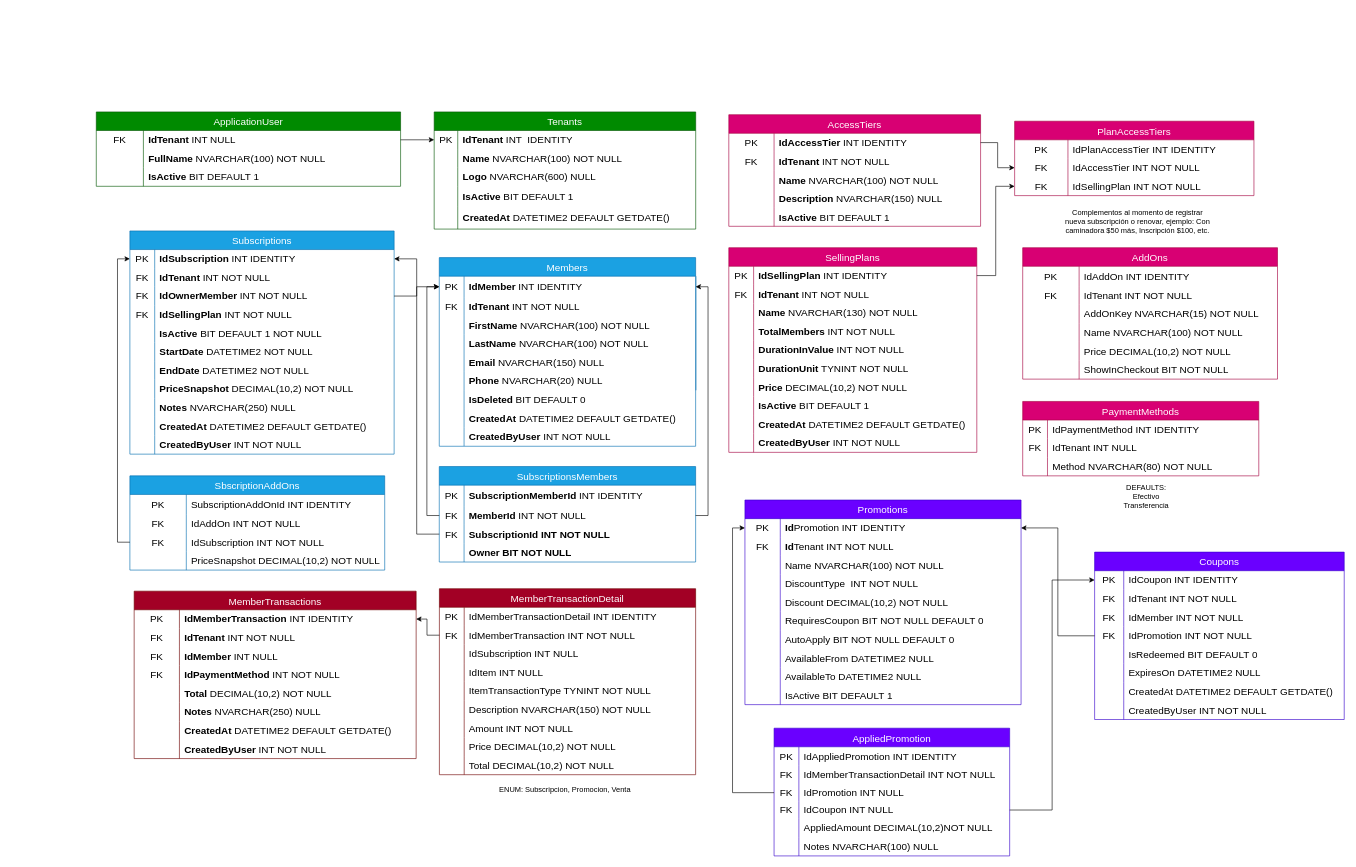
This is docs/AcxessDataBaseDiagram.drawio from Maumedev/Acxess, a draw.io file, before an edit. Source tidied: cells renumbered, new cells numbered last; positions are measured from the earlier drawing's top-left corner, leaving out a move shared by most shapes. Both pictures are drawn from the tidied source at 62%, with x=0, y=0 at pixel (96, 112).
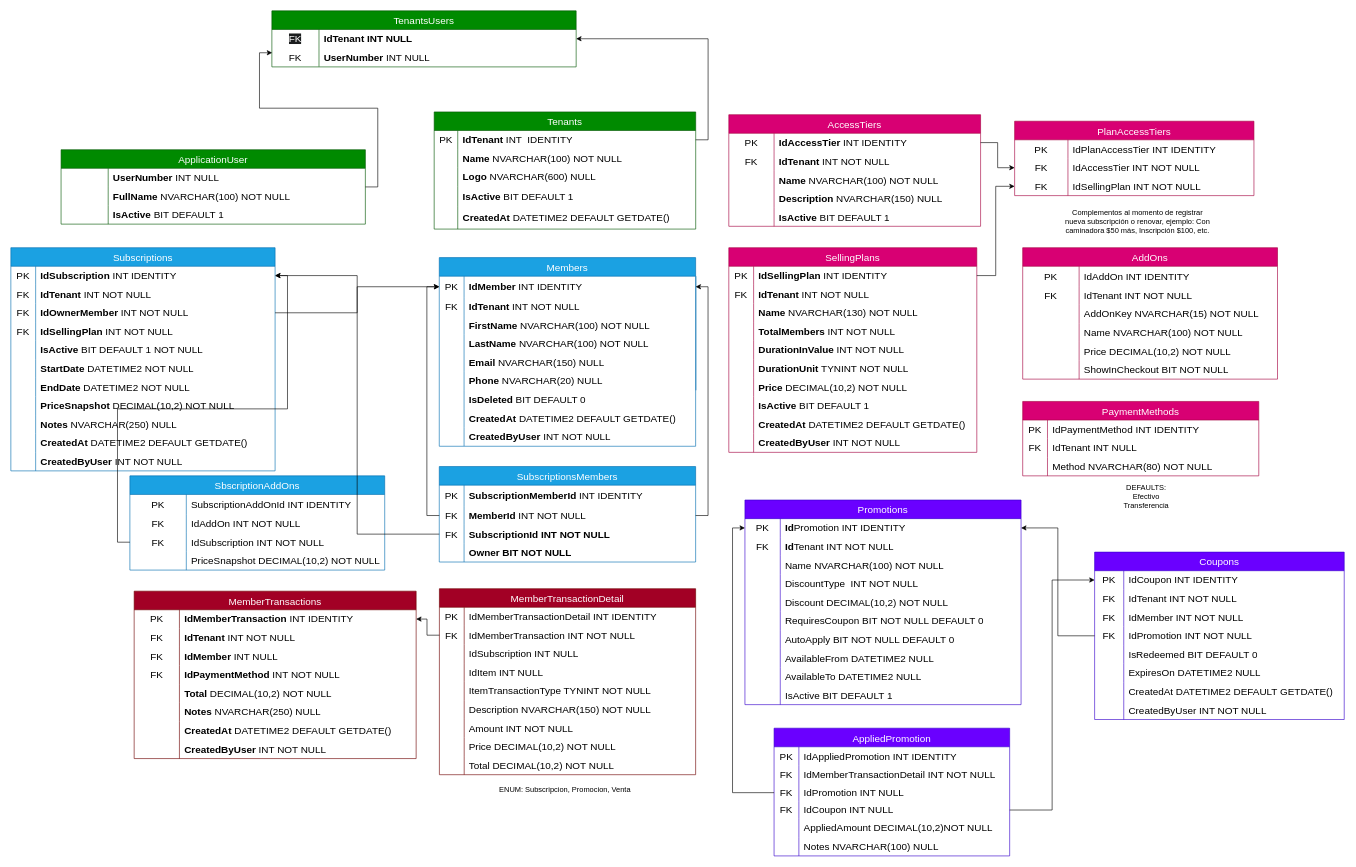
The same diagram, later.

The change refers to these unchanged cells:
```xml
<mxCell id="3" style="shape=tableRow;horizontal=0;startSize=0;swimlaneHead=0;swimlaneBody=0;top=0;left=0;bottom=0;right=0;fillColor=none;points=[[0,0.5],[1,0.5]];portConstraint=eastwest;strokeColor=inherit;fontSize=16;" parent="2" vertex="1">
  <mxGeometry y="30" width="421.8" height="30" as="geometry" />
</mxCell>
<mxCell id="19" style="shape=tableRow;horizontal=0;startSize=0;swimlaneHead=0;swimlaneBody=0;top=0;left=0;bottom=0;right=0;fillColor=none;points=[[0,0.5],[1,0.5]];portConstraint=eastwest;strokeColor=inherit;fontSize=16;" parent="18" vertex="1">
  <mxGeometry y="30" width="490.8" height="30" as="geometry" />
</mxCell>
```

The edit, as a diff of the source:
```diff
@@
     <mxCell id="18" value="ApplicationUser" style="shape=table;startSize=30;childLayout=tableLayout;rowLines=0;fontStyle=0;strokeColor=#005700;fontSize=16;fillColor=#008a00;fontColor=#ffffff;" parent="1" vertex="1">
-      <mxGeometry x="-0.2" width="490.8" height="120" as="geometry" />
+      <mxGeometry x="-57" y="61" width="490.8" height="120" as="geometry" />
     </mxCell>
@@
-    <mxCell id="20" value="FK" style="shape=partialRectangle;html=1;whiteSpace=wrap;fillColor=none;top=0;left=0;bottom=0;right=0;overflow=hidden;strokeColor=inherit;fontSize=16;" parent="19" vertex="1">
+    <mxCell id="20" style="shape=partialRectangle;html=1;whiteSpace=wrap;fillColor=none;top=0;left=0;bottom=0;right=0;overflow=hidden;strokeColor=inherit;fontSize=16;" parent="19" vertex="1">
       <mxGeometry width="76" height="30" as="geometry" />
     </mxCell>
-    <mxCell id="21" value="&lt;font&gt;&lt;b&gt;IdTenant&amp;nbsp;&lt;/b&gt;INT NULL&lt;/font&gt;" style="shape=partialRectangle;html=1;whiteSpace=wrap;fillColor=none;top=0;left=0;bottom=0;right=0;align=left;spacingLeft=6;overflow=hidden;strokeColor=inherit;fontSize=16;" parent="19" vertex="1">
+    <mxCell id="21" value="&lt;font&gt;&lt;b&gt;UserNumber&amp;nbsp;&lt;/b&gt;INT NULL&lt;/font&gt;" style="shape=partialRectangle;html=1;whiteSpace=wrap;fillColor=none;top=0;left=0;bottom=0;right=0;align=left;spacingLeft=6;overflow=hidden;strokeColor=inherit;fontSize=16;" parent="19" vertex="1">
       <mxGeometry x="76" width="415" height="30" as="geometry" />
     </mxCell>
@@
     <mxCell id="104" value="Subscriptions" style="shape=table;startSize=30;childLayout=tableLayout;rowLines=0;fontStyle=0;strokeColor=#006EAF;fontSize=16;fillColor=#1ba1e2;fontColor=#ffffff;" parent="1" vertex="1">
-      <mxGeometry x="54" y="192" width="426.2" height="360" as="geometry" />
+      <mxGeometry x="-138" y="219" width="426.2" height="360" as="geometry" />
     </mxCell>
@@
-    <mxCell id="163" style="edgeStyle=orthogonalEdgeStyle;rounded=0;jettySize=auto;html=1;exitX=1;exitY=0.5;exitDx=0;exitDy=0;" parent="1" edge="1" source="19" target="3">
-      <mxGeometry relative="1" as="geometry" />
-    </mxCell>
@@
+    <mxCell id="346" value="TenantsUsers" style="shape=table;startSize=30;childLayout=tableLayout;rowLines=0;fontStyle=0;strokeColor=#005700;fontSize=16;fillColor=#008a00;fontColor=#ffffff;" parent="1" vertex="1">
+      <mxGeometry x="283" y="-163" width="490.8" height="90.4" as="geometry" />
+    </mxCell>
+    <mxCell id="347" style="shape=tableRow;horizontal=0;startSize=0;swimlaneHead=0;swimlaneBody=0;top=0;left=0;bottom=0;right=0;fillColor=none;points=[[0,0.5],[1,0.5]];portConstraint=eastwest;strokeColor=inherit;fontSize=16;" parent="346" vertex="1">
+      <mxGeometry y="30" width="490.8" height="30" as="geometry" />
+    </mxCell>
+    <mxCell id="348" value="&lt;span style=&quot;color: rgb(255, 255, 255); font-family: Helvetica; font-size: 16px; font-style: normal; font-variant-ligatures: normal; font-variant-caps: normal; font-weight: 400; letter-spacing: normal; orphans: 2; text-align: center; text-indent: 0px; text-transform: none; widows: 2; word-spacing: 0px; -webkit-text-stroke-width: 0px; white-space: normal; background-color: rgb(27, 29, 30); text-decoration-thickness: initial; text-decoration-style: initial; text-decoration-color: initial; display: inline !important; float: none;&quot;&gt;FK&lt;/span&gt;" style="shape=partialRectangle;html=1;whiteSpace=wrap;fillColor=none;top=0;left=0;bottom=0;right=0;overflow=hidden;strokeColor=inherit;fontSize=16;" parent="347" vertex="1">
+      <mxGeometry width="76" height="30" as="geometry" />
+    </mxCell>
+    <mxCell id="349" value="&lt;b&gt;IdTenant INT NULL&lt;/b&gt;" style="shape=partialRectangle;html=1;whiteSpace=wrap;fillColor=none;top=0;left=0;bottom=0;right=0;align=left;spacingLeft=6;overflow=hidden;strokeColor=inherit;fontSize=16;" parent="347" vertex="1">
+      <mxGeometry x="76" width="415" height="30" as="geometry" />
+    </mxCell>
+    <mxCell id="350" style="shape=tableRow;horizontal=0;startSize=0;swimlaneHead=0;swimlaneBody=0;top=0;left=0;bottom=0;right=0;fillColor=none;points=[[0,0.5],[1,0.5]];portConstraint=eastwest;strokeColor=inherit;fontSize=16;" parent="346" vertex="1">
+      <mxGeometry y="60" width="490.8" height="30" as="geometry" />
+    </mxCell>
+    <mxCell id="351" value="FK" style="shape=partialRectangle;html=1;whiteSpace=wrap;fillColor=none;top=0;left=0;bottom=0;right=0;overflow=hidden;strokeColor=inherit;fontSize=16;" parent="350" vertex="1">
+      <mxGeometry width="76" height="30" as="geometry" />
+    </mxCell>
+    <mxCell id="352" value="&lt;font&gt;&lt;b&gt;UserNumber&amp;nbsp;&lt;/b&gt;INT NULL&lt;/font&gt;" style="shape=partialRectangle;html=1;whiteSpace=wrap;fillColor=none;top=0;left=0;bottom=0;right=0;align=left;spacingLeft=6;overflow=hidden;strokeColor=inherit;fontSize=16;" parent="350" vertex="1">
+      <mxGeometry x="76" width="415" height="30" as="geometry" />
+    </mxCell>
+    <mxCell id="353" style="edgeStyle=orthogonalEdgeStyle;rounded=0;jettySize=auto;html=1;exitX=1;exitY=0.5;exitDx=0;exitDy=0;" parent="1" edge="1" source="3" target="347">
+      <mxGeometry relative="1" as="geometry" />
+    </mxCell>
+    <mxCell id="354" style="edgeStyle=orthogonalEdgeStyle;rounded=0;jettySize=auto;html=1;exitX=1;exitY=0.5;exitDx=0;exitDy=0;entryX=0.001;entryY=0.254;entryDx=0;entryDy=0;entryPerimeter=0;" parent="1" edge="1" source="18" target="350">
+      <mxGeometry relative="1" as="geometry" />
+    </mxCell>
```
